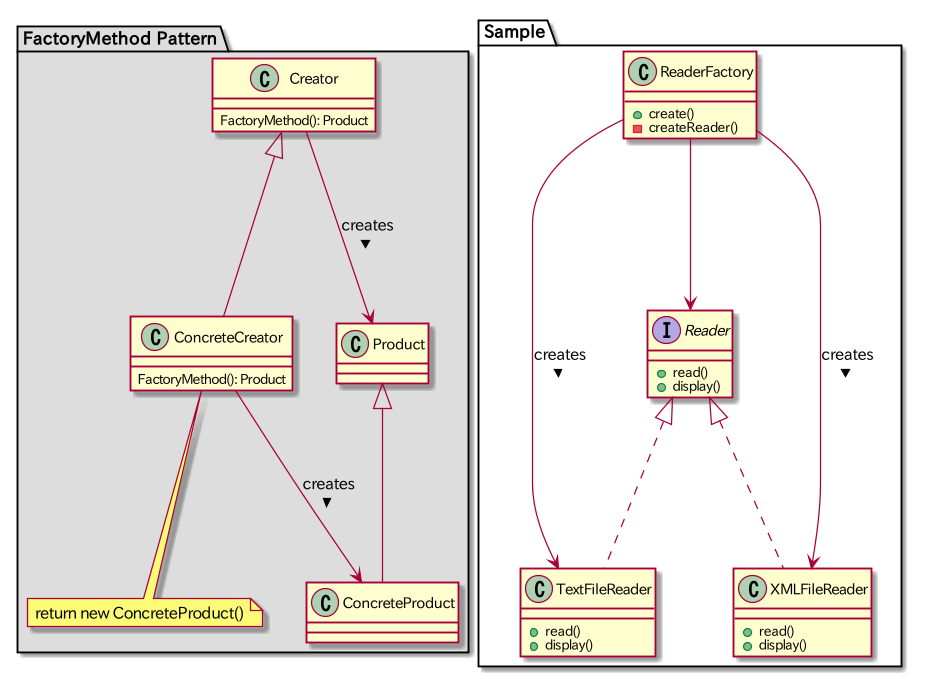
Above: FactoryMethod/FactoryMethod_class_dia.png in kenjis/PhpDesignPattern (PlantUML), before the change. The source it was exported from:
```plantuml
@startuml
package "FactoryMethod Pattern" #DDDDDD {
  class Creator {
    FactoryMethod(): Product
  }

  class ConcreteCreator {
    FactoryMethod(): Product
  }
  note bottom: return new ConcreteProduct()

  Creator <|-- ConcreteCreator

  class Product
  class ConcreteProduct

  Product <|-- ConcreteProduct

  Creator --> Product : creates >
  ConcreteCreator --> ConcreteProduct : creates >
}

package "Sample" {
  class ReaderFactory {
    +create()
    -createReader()
  }

  interface Reader {
    +read()
    +display()
  }

  ReaderFactory --> Reader

  class TextFileReader {
    +read()
    +display()
  }
  class XMLFileReader {
    +read()
    +display()
  }

  Reader <|.. TextFileReader
  Reader <|.. XMLFileReader

  ReaderFactory --> TextFileReader : creates >
  ReaderFactory --> XMLFileReader : creates >
}

@enduml
```
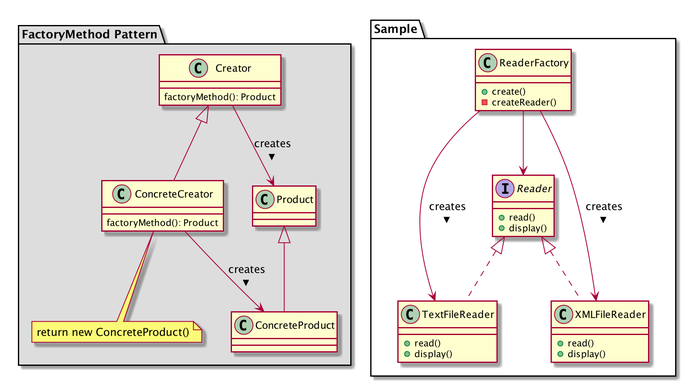
After the change.

Commit message:
docs: change method names to camelCase

The edit, as a diff of the source:
```diff
@@ -1,11 +1,12 @@
 @startuml
+
 package "FactoryMethod Pattern" #DDDDDD {
   class Creator {
-    FactoryMethod(): Product
+    factoryMethod(): Product
   }
 
   class ConcreteCreator {
-    FactoryMethod(): Product
+    factoryMethod(): Product
   }
   note bottom: return new ConcreteProduct()
 
```
